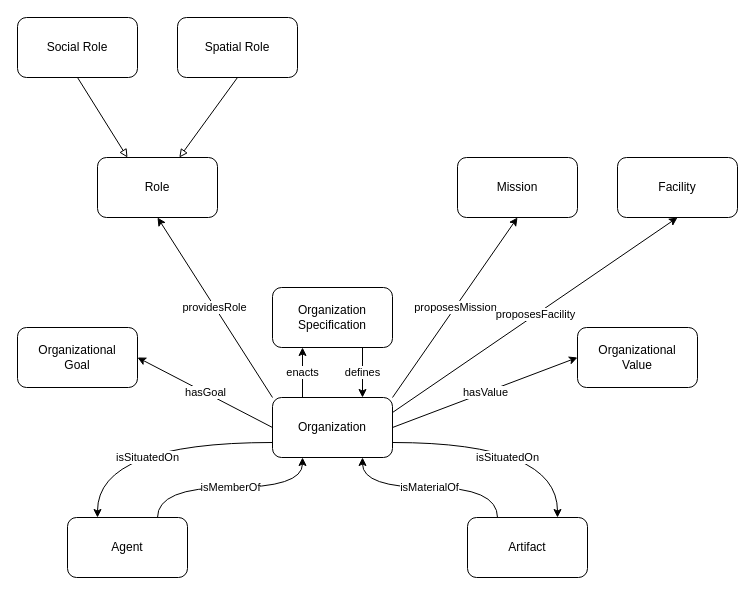
HyperAgents/hmas keeps this draw.io diagram as domains/logistics/create-organization/create-organization.drawio. Above is the earlier version. Source tidied: cells renumbered, new cells numbered last; positions are measured from the earlier drawing's top-left corner, leaving out a move shared by most shapes. Both pictures are drawn from the tidied source at 100%, with x=0, y=0 at pixel (17, 17).
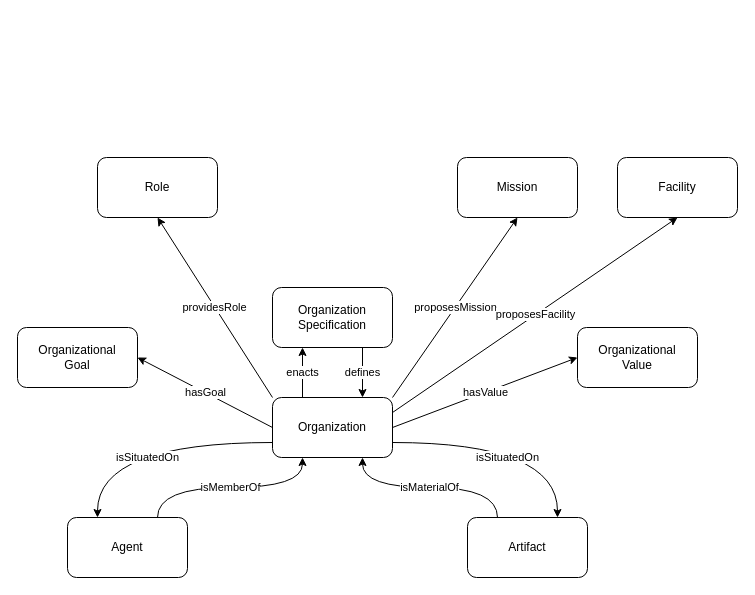
The same diagram, later.

The change refers to these unchanged cells:
```xml
<mxCell id="10" value="Role" style="rounded=1;whiteSpace=wrap;html=1;" parent="1" vertex="1">
  <mxGeometry x="80" y="140" width="120" height="60" as="geometry" />
</mxCell>
```

The edit, as a diff of the source:
```diff
@@
-    <mxCell id="11" style="edgeStyle=none;rounded=0;jettySize=auto;html=1;exitX=0.5;exitY=1;exitDx=0;exitDy=0;endArrow=block;endFill=0;" parent="1" edge="1" source="12" target="10">
-      <mxGeometry relative="1" as="geometry" />
-    </mxCell>
-    <mxCell id="12" value="Spatial Role" style="rounded=1;whiteSpace=wrap;html=1;" parent="1" vertex="1">
-      <mxGeometry x="160" width="120" height="60" as="geometry" />
-    </mxCell>
@@
-    <mxCell id="21" style="edgeStyle=none;rounded=0;jettySize=auto;html=1;exitX=0.5;exitY=1;exitDx=0;exitDy=0;entryX=0.25;entryY=0;entryDx=0;entryDy=0;endArrow=block;endFill=0;" parent="1" edge="1" source="22" target="10">
-      <mxGeometry relative="1" as="geometry" />
-    </mxCell>
-    <mxCell id="22" value="Social Role" style="rounded=1;whiteSpace=wrap;html=1;" parent="1" vertex="1">
-      <mxGeometry width="120" height="60" as="geometry" />
-    </mxCell>
```
